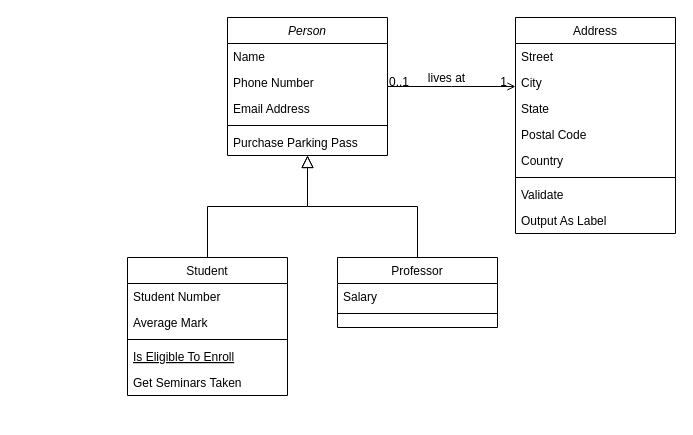
This is Untitled Diagram.drawio from radionemu/noj.am, a draw.io file, before an edit. Source tidied: cells renumbered, new cells numbered last; positions are measured from the earlier drawing's top-left corner, leaving out a move shared by most shapes. Both pictures are drawn from the tidied source at 100%, with x=0, y=0 at pixel (127, 17).
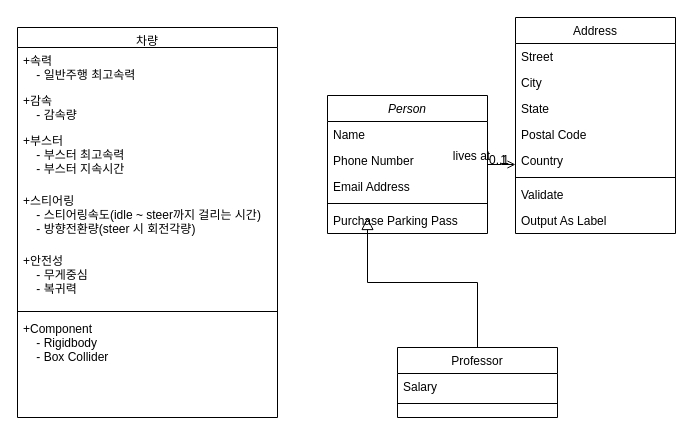
The same page after the edit.

Change to the diagram source:
```diff
@@
     <mxCell id="2" value="Person" style="swimlane;fontStyle=2;align=center;verticalAlign=top;horizontal=1;startSize=26;rounded=0;shadow=0;strokeWidth=1;" parent="1" vertex="1">
-      <mxGeometry x="100" width="160" height="138" as="geometry" />
+      <mxGeometry x="200" y="78" width="160" height="138" as="geometry" />
     </mxCell>
@@
-    <mxCell id="8" value="Student" style="swimlane;fontStyle=0;align=center;verticalAlign=top;horizontal=1;startSize=26;rounded=0;shadow=0;strokeWidth=1;" parent="1" vertex="1">
-      <mxGeometry y="240" width="160" height="138" as="geometry" />
+    <mxCell id="8" value="차량" style="swimlane;fontStyle=0;align=center;verticalAlign=top;horizontal=1;startSize=20;rounded=0;shadow=0;strokeWidth=1;" parent="1" vertex="1">
+      <mxGeometry x="-110" y="10" width="260" height="390" as="geometry" />
     </mxCell>
+    <mxCell id="32" value="+속력&#10;    - 일반주행 최고속력" style="text;align=left;verticalAlign=top;spacingLeft=4;spacingRight=4;overflow=hidden;" parent="8" vertex="1">
+      <mxGeometry y="20" width="260" height="40" as="geometry" />
+    </mxCell>
-    <mxCell id="9" value="Student Number" style="text;align=left;verticalAlign=top;spacingLeft=4;spacingRight=4;overflow=hidden;" parent="8" vertex="1">
-      <mxGeometry y="26" width="160" height="26" as="geometry" />
+    <mxCell id="9" value="+감속&#10;    - 감속량" style="text;align=left;verticalAlign=top;spacingLeft=4;spacingRight=4;overflow=hidden;" parent="8" vertex="1">
+      <mxGeometry y="60" width="260" height="40" as="geometry" />
     </mxCell>
-    <mxCell id="10" value="Average Mark" style="text;align=left;verticalAlign=top;spacingLeft=4;spacingRight=4;overflow=hidden;rounded=0;shadow=0;html=0;" parent="8" vertex="1">
-      <mxGeometry y="52" width="160" height="26" as="geometry" />
+    <mxCell id="10" value="+부스터&#10;    - 부스터 최고속력&#10;    - 부스터 지속시간" style="text;align=left;verticalAlign=top;spacingLeft=4;spacingRight=4;overflow=hidden;rounded=0;shadow=0;html=0;" parent="8" vertex="1">
+      <mxGeometry y="100" width="260" height="60" as="geometry" />
     </mxCell>
+    <mxCell id="33" value="+스티어링&#10;    - 스티어링속도(idle ~ steer까지 걸리는 시간)&#10;    - 방향전환량(steer 시 회전각량)" style="text;align=left;verticalAlign=top;spacingLeft=4;spacingRight=4;overflow=hidden;rounded=0;shadow=0;html=0;" parent="8" vertex="1">
+      <mxGeometry y="160" width="260" height="60" as="geometry" />
+    </mxCell>
+    <mxCell id="34" value="+안전성&#10;    - 무게중심&#10;    - 복귀력" style="text;align=left;verticalAlign=top;spacingLeft=4;spacingRight=4;overflow=hidden;rounded=0;shadow=0;html=0;" parent="8" vertex="1">
+      <mxGeometry y="220" width="260" height="60" as="geometry" />
+    </mxCell>
     <mxCell id="11" style="line;html=1;strokeWidth=1;align=left;verticalAlign=middle;spacingTop=-1;spacingLeft=3;spacingRight=3;labelPosition=right;" parent="8" vertex="1">
-      <mxGeometry y="78" width="160" height="8" as="geometry" />
+      <mxGeometry y="280" width="260" height="8" as="geometry" />
     </mxCell>
-    <mxCell id="12" value="Is Eligible To Enroll" style="text;align=left;verticalAlign=top;spacingLeft=4;spacingRight=4;overflow=hidden;fontStyle=4;" parent="8" vertex="1">
-      <mxGeometry y="86" width="160" height="26" as="geometry" />
-    </mxCell>
-    <mxCell id="13" value="Get Seminars Taken" style="text;align=left;verticalAlign=top;spacingLeft=4;spacingRight=4;overflow=hidden;" parent="8" vertex="1">
-      <mxGeometry y="112" width="160" height="26" as="geometry" />
-    </mxCell>
-    <mxCell id="14" style="endArrow=block;endSize=10;endFill=0;shadow=0;strokeWidth=1;rounded=0;edgeStyle=elbowEdgeStyle;elbow=vertical;" parent="1" edge="1" source="8" target="2">
-      <mxGeometry relative="1" as="geometry" />
-    </mxCell>
+    <mxCell id="35" value="+Component&#10;    - Rigidbody&#10;    - Box Collider" style="text;align=left;verticalAlign=top;spacingLeft=4;spacingRight=4;overflow=hidden;rounded=0;shadow=0;html=0;" parent="8" vertex="1">
+      <mxGeometry y="288" width="260" height="60" as="geometry" />
+    </mxCell>
     <mxCell id="15" value="Professor" style="swimlane;fontStyle=0;align=center;verticalAlign=top;horizontal=1;startSize=26;rounded=0;shadow=0;strokeWidth=1;" parent="1" vertex="1">
-      <mxGeometry x="210" y="240" width="160" height="70" as="geometry" />
+      <mxGeometry x="270" y="330" width="160" height="70" as="geometry" />
     </mxCell>
@@
-    <mxCell id="18" style="endArrow=block;endSize=10;endFill=0;shadow=0;strokeWidth=1;rounded=0;edgeStyle=elbowEdgeStyle;elbow=vertical;" parent="1" edge="1" source="15" target="2">
-      <mxGeometry relative="1" as="geometry" />
+    <mxCell id="18" style="endArrow=block;endSize=10;endFill=0;shadow=0;strokeWidth=1;rounded=0;edgeStyle=elbowEdgeStyle;elbow=vertical;" parent="1" edge="1" source="15">
+      <mxGeometry relative="1" as="geometry">
+        <mxPoint x="240" y="200" as="targetPoint" />
+      </mxGeometry>
     </mxCell>
```
